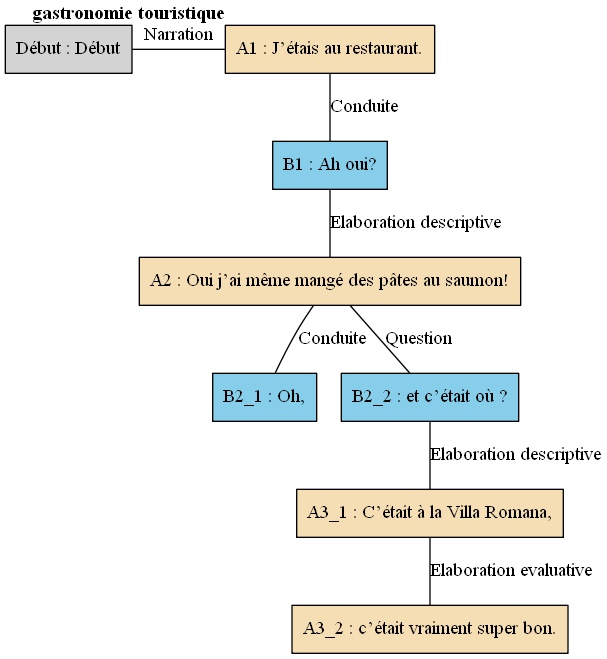
Above: arbres/Bac_a_sable/Bac_a_sable_-_E06.gv.png in AlaixComet/AnnotationSlamPTut (Graphviz), before the change. Its source is kept beside it as arbres/Bac_a_sable/Bac_a_sable_-_E06.gv. The source it was exported from:
```dot
digraph E06 {
	node [shape=box style=filled]
	"Début" [label="Début : Début" xlabel=""]
	A1 [label="A1 : J’étais au restaurant." fillcolor=wheat xlabel=<<B>gastronomie touristique</B>>]
	B1 [label="B1 : Ah oui?" fillcolor=skyblue xlabel=""]
	A2 [label="A2 : Oui j’ai même mangé des pâtes au saumon!" fillcolor=wheat xlabel=""]
	B2_1 [label="B2_1 : Oh," fillcolor=skyblue xlabel=""]
	B2_2 [label="B2_2 : et c’était où ?" fillcolor=skyblue xlabel=""]
	A3_1 [label="A3_1 : C’était à la Villa Romana," fillcolor=wheat xlabel=""]
	A3_2 [label="A3_2 : c’était vraiment super bon." fillcolor=wheat xlabel=""]
	{
		rank=same
		"Début"
		A1
		"Début" -> A1 [label=Narration dir=none]
	}
	A1 -> B1 [label=Conduite dir=none]
	B1 -> A2 [label="Elaboration descriptive" dir=none]
	A2 -> B2_1 [label=Conduite dir=none]
	B2_2 -> A3_1 [label="Elaboration descriptive" dir=none]
	A3_1 -> A3_2 [label="Elaboration evaluative" dir=none]
	A2 -> B2_2 [label=Question dir=none]
}
```
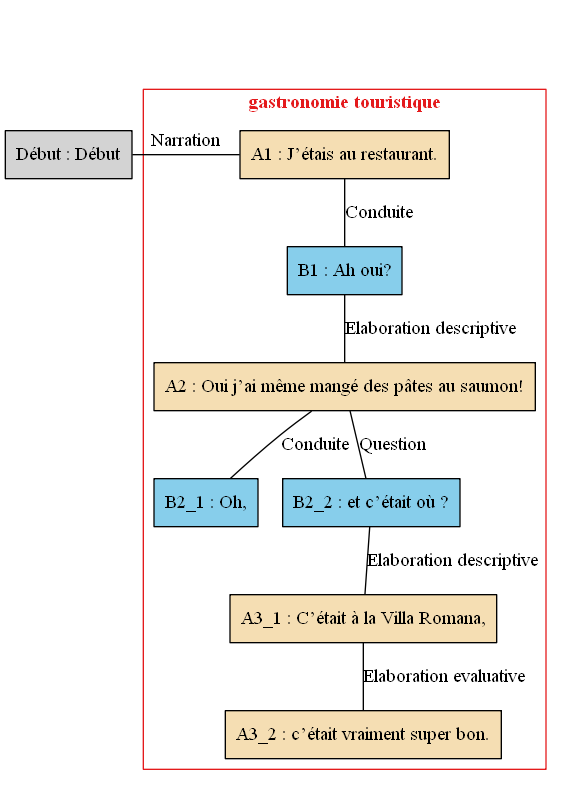
The same file after the commit.

What changed in the source:
```diff
@@ -1,23 +1,35 @@
 digraph E06 {
 	node [shape=box style=filled]
-	"Début" [label="Début : Début" xlabel=""]
-	A1 [label="A1 : J’étais au restaurant." fillcolor=wheat xlabel=<<B>gastronomie touristique</B>>]
-	B1 [label="B1 : Ah oui?" fillcolor=skyblue xlabel=""]
-	A2 [label="A2 : Oui j’ai même mangé des pâtes au saumon!" fillcolor=wheat xlabel=""]
-	B2_1 [label="B2_1 : Oh," fillcolor=skyblue xlabel=""]
-	B2_2 [label="B2_2 : et c’était où ?" fillcolor=skyblue xlabel=""]
-	A3_1 [label="A3_1 : C’était à la Villa Romana," fillcolor=wheat xlabel=""]
-	A3_2 [label="A3_2 : c’était vraiment super bon." fillcolor=wheat xlabel=""]
-	{
-		rank=same
-		"Début"
+	newrank=true
+	zero [style=invis]
+	"Début" [label="Début : Début"]
+	A1 [label="A1 : J’étais au restaurant." fillcolor=wheat]
+	B1 [label="B1 : Ah oui?" fillcolor=skyblue]
+	A2 [label="A2 : Oui j’ai même mangé des pâtes au saumon!" fillcolor=wheat]
+	B2_1 [label="B2_1 : Oh," fillcolor=skyblue]
+	B2_2 [label="B2_2 : et c’était où ?" fillcolor=skyblue]
+	A3_1 [label="A3_1 : C’était à la Villa Romana," fillcolor=wheat]
+	A3_2 [label="A3_2 : c’était vraiment super bon." fillcolor=wheat]
+	zero -> "Début" [label="" style=invis]
+	zero -> A1 [style=invis weight=1]
+	"Début" -> A1 [label=Narration constraint=false dir=none]
+	A1 -> B1 [label=Conduite dir=none weight=2]
+	B1 -> A2 [label="Elaboration descriptive" dir=none weight=2]
+	A2 -> B2_1 [label=Conduite dir=none weight=2]
+	B2_2 -> A3_1 [label="Elaboration descriptive" dir=none weight=2]
+	A3_1 -> A3_2 [label="Elaboration evaluative" dir=none weight=2]
+	A2 -> B2_2 [label=Question dir=none weight=2]
+	subgraph cluster_1 {
+		label=<<B>gastronomie touristique</B>>
+		colorscheme=set19
+		color=1
+		fontcolor=1
 		A1
-		"Début" -> A1 [label=Narration dir=none]
+		B1
+		A2
+		B2_1
+		B2_2
+		A3_1
+		A3_2
 	}
-	A1 -> B1 [label=Conduite dir=none]
-	B1 -> A2 [label="Elaboration descriptive" dir=none]
-	A2 -> B2_1 [label=Conduite dir=none]
-	B2_2 -> A3_1 [label="Elaboration descriptive" dir=none]
-	A3_1 -> A3_2 [label="Elaboration evaluative" dir=none]
-	A2 -> B2_2 [label=Question dir=none]
 }
```
